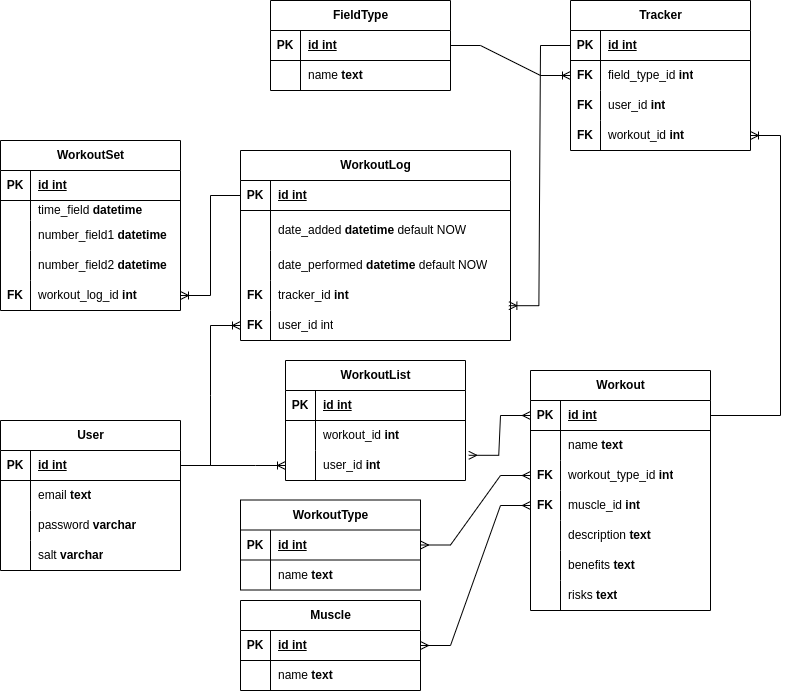
Above: project/FitnessTracker.drawio.png in ananthvk/workout-tracker (draw.io), before the change. Source tidied: cells renumbered, new cells last; positions are measured from the earlier drawing's top-left corner, leaving out a move shared by most shapes.
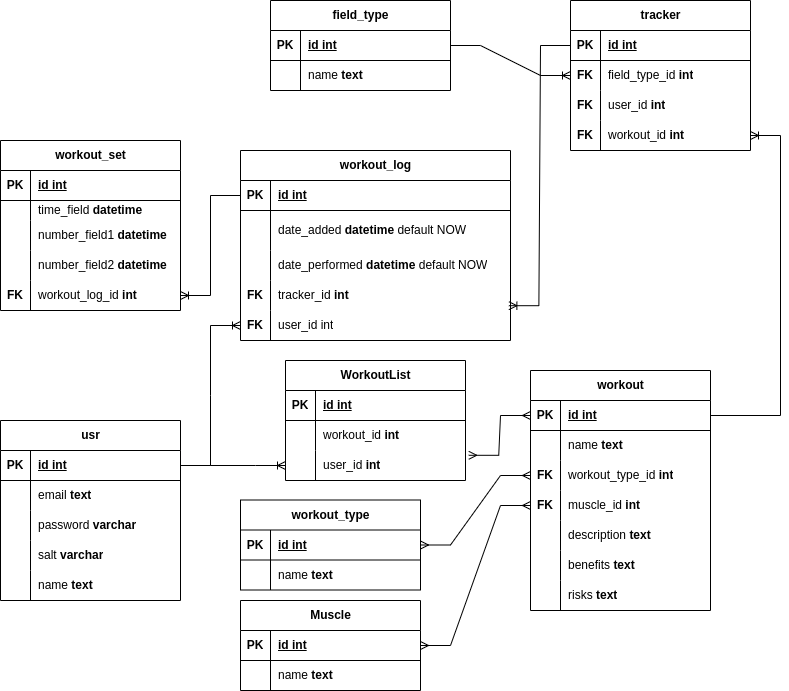
After the change.

The edit, as a diff of the source:
```diff
@@ -2,7 +2,7 @@
   <root>
     <mxCell id="0" />
     <mxCell id="1" parent="0" />
-    <mxCell id="2" value="Tracker" style="shape=table;startSize=30;rowLines=0;fontStyle=1;align=center;html=1;" parent="1" vertex="1">
+    <mxCell id="2" value="tracker" style="shape=table;startSize=30;rowLines=0;fontStyle=1;align=center;html=1;" parent="1" vertex="1">
       <mxGeometry x="570" width="180" height="150" as="geometry" />
     </mxCell>
     <mxCell id="3" style="shape=tableRow;horizontal=0;startSize=0;swimlaneHead=0;swimlaneBody=0;fillColor=none;points=[[0,0.5],[1,0.5]];portConstraint=eastwest;top=0;left=0;right=0;bottom=1;" parent="2" vertex="1">
@@ -41,7 +41,7 @@
     <mxCell id="14" value="workout_id &lt;b&gt;int&lt;/b&gt;" style="shape=partialRectangle;fillColor=none;top=0;left=0;bottom=0;right=0;align=left;spacingLeft=6;overflow=hidden;whiteSpace=wrap;html=1;" parent="12" vertex="1">
       <mxGeometry x="30" width="150" height="30" as="geometry" />
     </mxCell>
-    <mxCell id="15" value="WorkoutType" style="shape=table;startSize=30;rowLines=0;fontStyle=1;align=center;html=1;" parent="1" vertex="1">
+    <mxCell id="15" value="workout_type" style="shape=table;startSize=30;rowLines=0;fontStyle=1;align=center;html=1;" parent="1" vertex="1">
       <mxGeometry x="240" y="499.5" width="180" height="90" as="geometry" />
     </mxCell>
     <mxCell id="16" style="shape=tableRow;horizontal=0;startSize=0;swimlaneHead=0;swimlaneBody=0;fillColor=none;points=[[0,0.5],[1,0.5]];portConstraint=eastwest;top=0;left=0;right=0;bottom=1;" parent="15" vertex="1">
@@ -65,7 +65,7 @@
     <mxCell id="22" style="edgeStyle=entityRelationEdgeStyle;fontSize=12;html=1;endArrow=ERmany;startArrow=ERmany;rounded=0;exitX=0;exitY=0.5;exitDx=0;exitDy=0;entryX=1;entryY=0.5;entryDx=0;entryDy=0;" parent="1" edge="1" source="70" target="16">
       <mxGeometry relative="1" as="geometry" />
     </mxCell>
-    <mxCell id="23" value="FieldType" style="shape=table;startSize=30;rowLines=0;fontStyle=1;align=center;html=1;" parent="1" vertex="1">
+    <mxCell id="23" value="field_type" style="shape=table;startSize=30;rowLines=0;fontStyle=1;align=center;html=1;" parent="1" vertex="1">
       <mxGeometry x="270" width="180" height="90" as="geometry" />
     </mxCell>
     <mxCell id="24" style="shape=tableRow;horizontal=0;startSize=0;swimlaneHead=0;swimlaneBody=0;fillColor=none;points=[[0,0.5],[1,0.5]];portConstraint=eastwest;top=0;left=0;right=0;bottom=1;" parent="23" vertex="1">
@@ -86,7 +86,7 @@
     <mxCell id="29" value="name &lt;b&gt;text&lt;/b&gt;" style="shape=partialRectangle;fillColor=none;top=0;left=0;bottom=0;right=0;align=left;spacingLeft=6;overflow=hidden;whiteSpace=wrap;html=1;" parent="27" vertex="1">
       <mxGeometry x="30" width="150" height="30" as="geometry" />
     </mxCell>
-    <mxCell id="30" value="WorkoutLog" style="shape=table;startSize=30;rowLines=0;fontStyle=1;align=center;html=1;" parent="1" vertex="1">
+    <mxCell id="30" value="workout_log" style="shape=table;startSize=30;rowLines=0;fontStyle=1;align=center;html=1;" parent="1" vertex="1">
       <mxGeometry x="240" y="150" width="270" height="190" as="geometry" />
     </mxCell>
     <mxCell id="31" style="shape=tableRow;horizontal=0;startSize=0;swimlaneHead=0;swimlaneBody=0;fillColor=none;points=[[0,0.5],[1,0.5]];portConstraint=eastwest;top=0;left=0;right=0;bottom=1;" parent="30" vertex="1">
@@ -134,7 +134,7 @@
     <mxCell id="45" value="user_id int" style="shape=partialRectangle;fillColor=none;top=0;left=0;bottom=0;right=0;align=left;spacingLeft=6;overflow=hidden;whiteSpace=wrap;html=1;" parent="43" vertex="1">
       <mxGeometry x="30" width="240" height="30" as="geometry" />
     </mxCell>
-    <mxCell id="46" value="WorkoutSet" style="shape=table;startSize=30;rowLines=0;fontStyle=1;align=center;html=1;" parent="1" vertex="1">
+    <mxCell id="46" value="workout_set" style="shape=table;startSize=30;rowLines=0;fontStyle=1;align=center;html=1;" parent="1" vertex="1">
       <mxGeometry y="140" width="180" height="170" as="geometry" />
     </mxCell>
     <mxCell id="47" style="shape=tableRow;horizontal=0;startSize=0;swimlaneHead=0;swimlaneBody=0;fillColor=none;top=0;left=0;right=0;bottom=1;" parent="46" vertex="1">
@@ -185,7 +185,7 @@
     <mxCell id="62" style="edgeStyle=entityRelationEdgeStyle;fontSize=12;html=1;endArrow=ERoneToMany;rounded=0;entryX=1;entryY=0.5;entryDx=0;entryDy=0;exitX=0;exitY=0.5;exitDx=0;exitDy=0;" parent="1" edge="1" source="31" target="59">
       <mxGeometry relative="1" as="geometry" />
     </mxCell>
-    <mxCell id="63" value="Workout" style="shape=table;startSize=30;rowLines=0;fontStyle=1;align=center;html=1;" parent="1" vertex="1">
+    <mxCell id="63" value="workout" style="shape=table;startSize=30;rowLines=0;fontStyle=1;align=center;html=1;" parent="1" vertex="1">
       <mxGeometry x="530" y="370" width="180" height="240" as="geometry" />
     </mxCell>
     <mxCell id="64" style="shape=tableRow;horizontal=0;startSize=0;swimlaneHead=0;swimlaneBody=0;fillColor=none;points=[[0,0.5],[1,0.5]];portConstraint=eastwest;top=0;left=0;right=0;bottom=1;" parent="63" vertex="1">
@@ -278,8 +278,8 @@
     <mxCell id="93" style="edgeStyle=entityRelationEdgeStyle;fontSize=12;html=1;endArrow=ERoneToMany;rounded=0;exitX=1;exitY=0.5;exitDx=0;exitDy=0;" parent="1" edge="1" source="64" target="12">
       <mxGeometry relative="1" as="geometry" />
     </mxCell>
-    <mxCell id="94" value="User" style="shape=table;startSize=30;rowLines=0;fontStyle=1;align=center;html=1;" parent="1" vertex="1">
-      <mxGeometry y="420" width="180" height="150" as="geometry" />
+    <mxCell id="94" value="usr" style="shape=table;startSize=30;rowLines=0;fontStyle=1;align=center;html=1;" parent="1" vertex="1">
+      <mxGeometry y="420" width="180" height="180" as="geometry" />
     </mxCell>
     <mxCell id="95" style="shape=tableRow;horizontal=0;startSize=0;swimlaneHead=0;swimlaneBody=0;fillColor=none;points=[[0,0.5],[1,0.5]];portConstraint=eastwest;top=0;left=0;right=0;bottom=1;" parent="94" vertex="1">
       <mxGeometry y="30" width="180" height="30" as="geometry" />
@@ -308,13 +308,22 @@
     <mxCell id="103" value="password &lt;b&gt;varchar&lt;/b&gt;" style="shape=partialRectangle;fillColor=none;top=0;left=0;bottom=0;right=0;align=left;spacingLeft=6;overflow=hidden;whiteSpace=wrap;html=1;" parent="101" vertex="1">
       <mxGeometry x="30" width="150" height="30" as="geometry" />
     </mxCell>
+    <mxCell id="122" style="shape=tableRow;horizontal=0;startSize=0;swimlaneHead=0;swimlaneBody=0;fillColor=none;top=0;left=0;right=0;bottom=0;" parent="94" vertex="1">
+      <mxGeometry y="120" width="180" height="30" as="geometry" />
+    </mxCell>
+    <mxCell id="123" style="shape=partialRectangle;fillColor=none;top=0;left=0;bottom=0;right=0;overflow=hidden;whiteSpace=wrap;html=1;" parent="122" vertex="1">
+      <mxGeometry width="30" height="30" as="geometry" />
+    </mxCell>
+    <mxCell id="124" value="salt &lt;b&gt;varchar&lt;/b&gt;" style="shape=partialRectangle;fillColor=none;top=0;left=0;bottom=0;right=0;align=left;spacingLeft=6;overflow=hidden;whiteSpace=wrap;html=1;" parent="122" vertex="1">
+      <mxGeometry x="30" width="150" height="30" as="geometry" />
+    </mxCell>
     <mxCell id="104" style="shape=tableRow;horizontal=0;startSize=0;swimlaneHead=0;swimlaneBody=0;fillColor=none;top=0;left=0;right=0;bottom=0;" parent="94" vertex="1">
-      <mxGeometry y="120" width="180" height="30" as="geometry" />
+      <mxGeometry y="150" width="180" height="30" as="geometry" />
     </mxCell>
     <mxCell id="105" style="shape=partialRectangle;fillColor=none;top=0;left=0;bottom=0;right=0;overflow=hidden;whiteSpace=wrap;html=1;" parent="104" vertex="1">
       <mxGeometry width="30" height="30" as="geometry" />
     </mxCell>
-    <mxCell id="106" value="salt &lt;b&gt;varchar&lt;/b&gt;" style="shape=partialRectangle;fillColor=none;top=0;left=0;bottom=0;right=0;align=left;spacingLeft=6;overflow=hidden;whiteSpace=wrap;html=1;" parent="104" vertex="1">
+    <mxCell id="106" value="name &lt;b&gt;text&lt;/b&gt;" style="shape=partialRectangle;fillColor=none;top=0;left=0;bottom=0;right=0;align=left;spacingLeft=6;overflow=hidden;whiteSpace=wrap;html=1;" parent="104" vertex="1">
       <mxGeometry x="30" width="150" height="30" as="geometry" />
     </mxCell>
     <mxCell id="107" value="WorkoutList" style="shape=table;startSize=30;rowLines=0;fontStyle=1;align=center;html=1;" parent="1" vertex="1">
```
